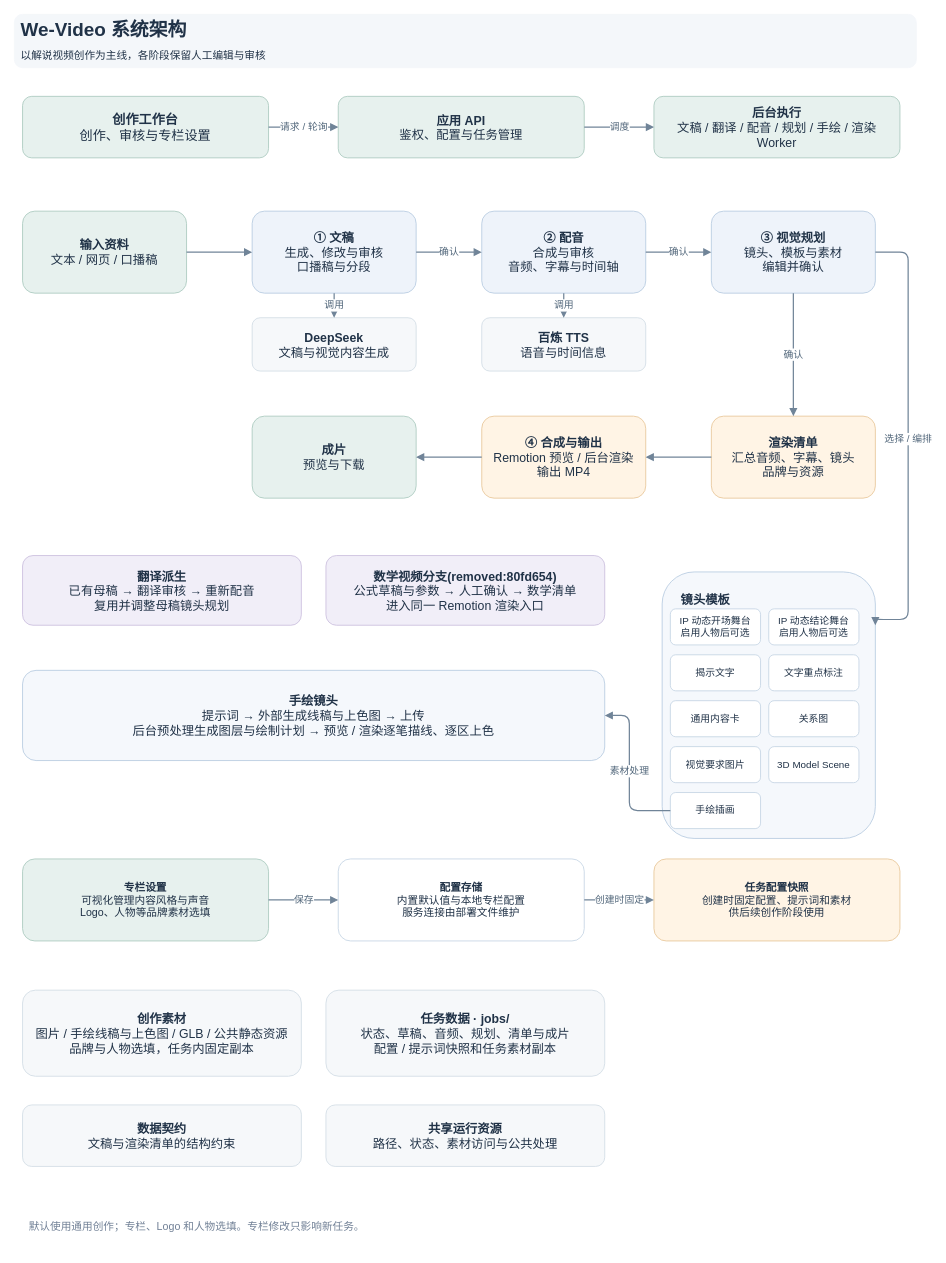
hongqun/we-video keeps this draw.io diagram as doc/architecture.drawio. Above is the earlier version. Source tidied: cells renumbered, new cells numbered last; positions are measured from the earlier drawing's top-left corner, leaving out a move shared by most shapes. Both pictures are drawn from the tidied source at 82%, with x=0, y=0 at pixel (14, 14).
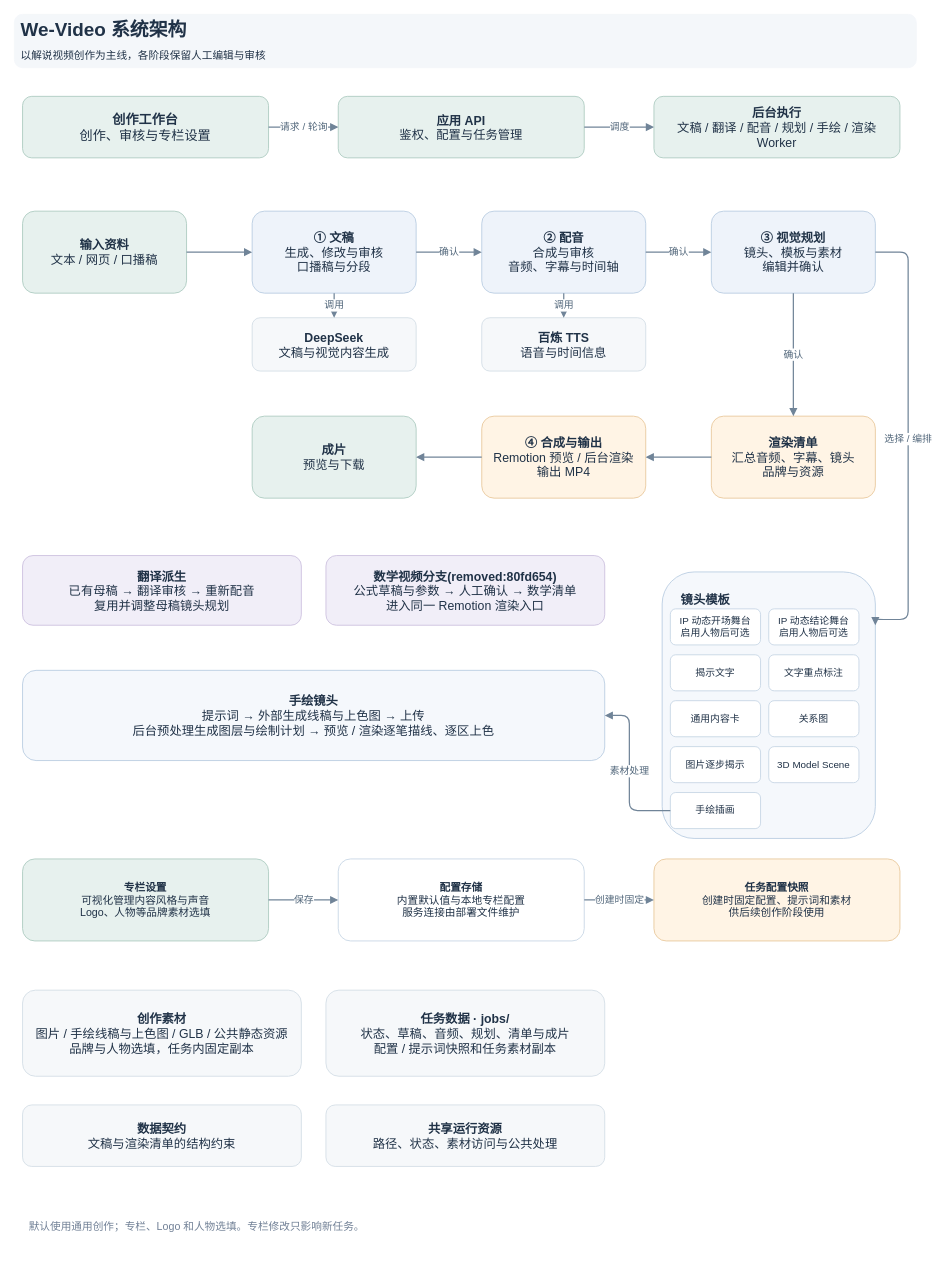
After the change.

Commit message (it also covers changes not shown here):
refactor(visual-template): 将“视觉要求图片”重命名为“图片逐步揭示”

Unchanged cells that the change refers to:
```xml
<mxCell id="21" value="&lt;b&gt;镜头模板&lt;/b&gt;" style="rounded=1;whiteSpace=wrap;html=1;fillColor=#f5f8fc;strokeColor=#b5c9df;fontColor=#203247;fontSize=15;spacing=8;align=left;verticalAlign=top;spacingTop=12;spacingLeft=15;" parent="1" vertex="1">
  <mxGeometry x="790" y="680" width="260" height="325" as="geometry" />
</mxCell>
```

Change to the diagram source:
```diff
@@
-    <mxCell id="28" value="视觉要求图片" style="rounded=1;whiteSpace=wrap;html=1;fillColor=#ffffff;strokeColor=#c3d3e3;fontColor=#203247;fontSize=12;spacing=3;" parent="21" vertex="1">
+    <mxCell id="28" value="图片逐步揭示" style="rounded=1;whiteSpace=wrap;html=1;fillColor=#ffffff;strokeColor=#c3d3e3;fontColor=#203247;fontSize=12;spacing=3;" parent="21" vertex="1">
       <mxGeometry x="10" y="213" width="110" height="44" as="geometry" />
     </mxCell>
```
